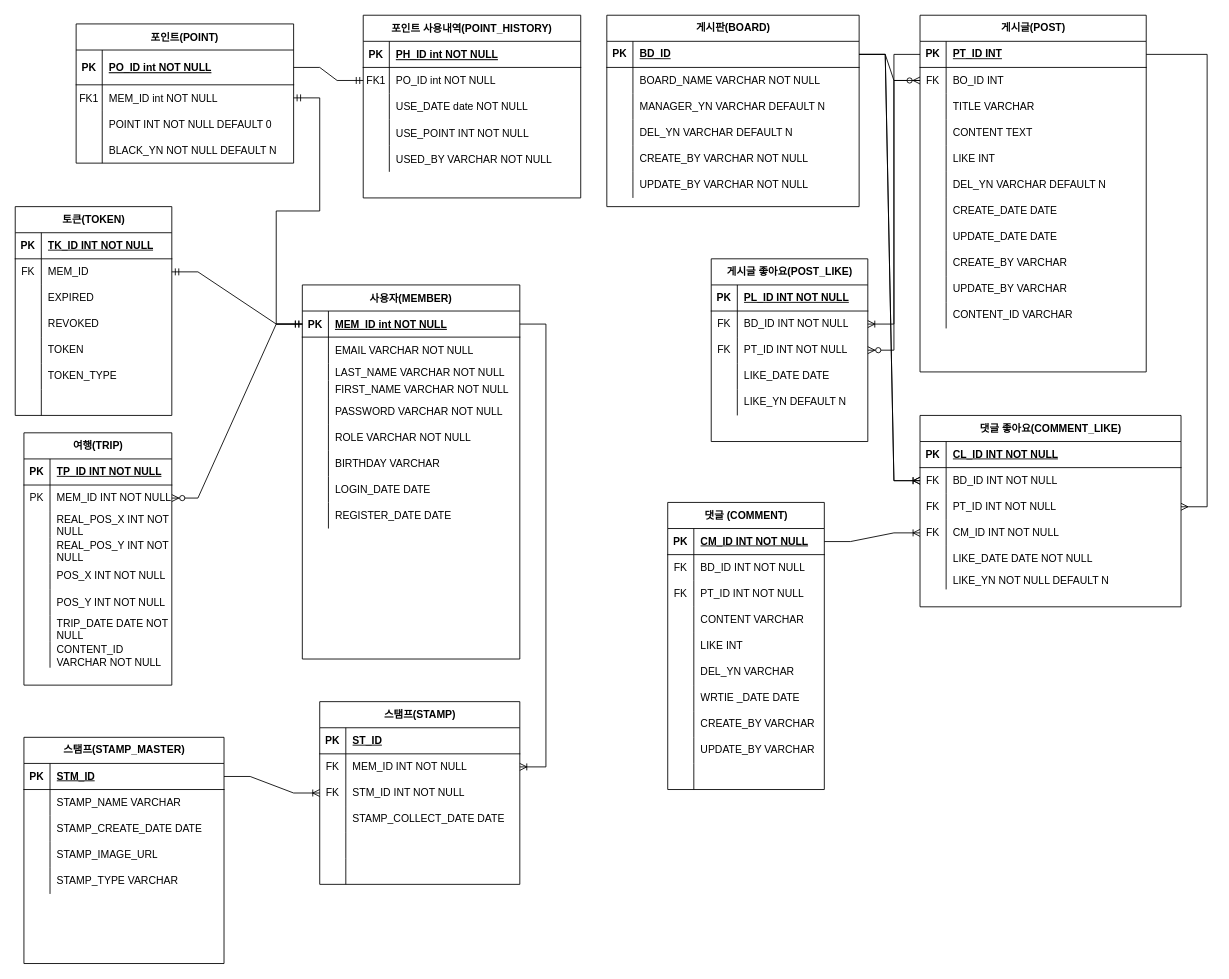
The draw.io diagram docs/나들이_ERD.drawio in DongJu-Na/Nadry, before the edit. Source tidied: cells renumbered, new cells numbered last; positions are measured from the earlier drawing's top-left corner, leaving out a move shared by most shapes. Both pictures are drawn from the tidied source at 87%, with x=0, y=0 at pixel (15, 15).
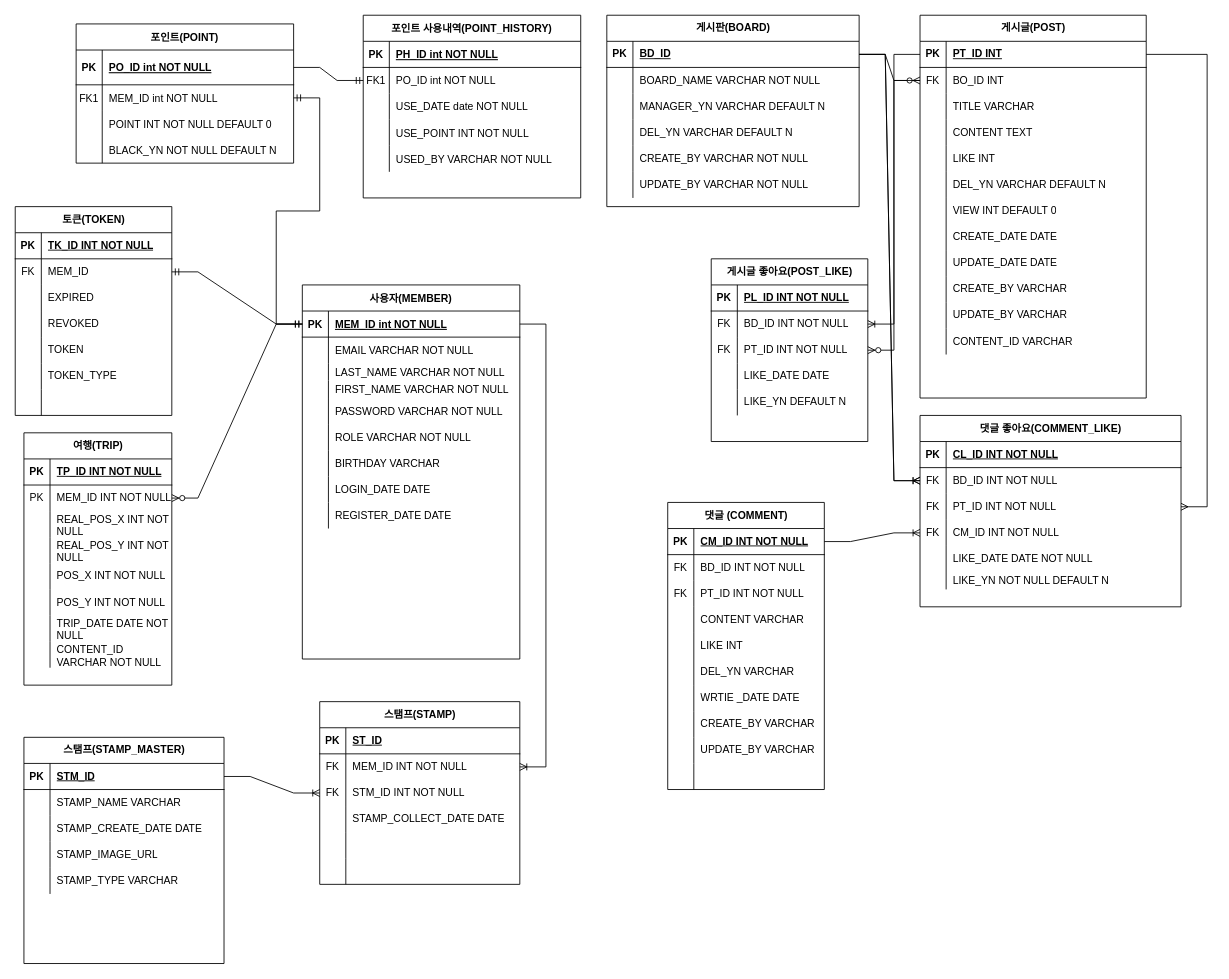
Above is the later version.

Commit message:
docs : post 테이블 조회수 컬럼 누락 수정

What changed in the source:
```diff
@@
     <mxCell id="103" value="게시글(POST)" style="shape=table;startSize=30;childLayout=tableLayout;rowLines=0;fontStyle=1;align=center;html=1;" parent="1" vertex="1">
-      <mxGeometry x="1040" width="260" height="410" as="geometry" />
+      <mxGeometry x="1040" width="260" height="440" as="geometry" />
     </mxCell>
@@
+    <mxCell id="273" style="shape=tableRow;horizontal=0;startSize=0;swimlaneHead=0;swimlaneBody=0;fillColor=none;top=0;left=0;right=0;bottom=0;" parent="103" vertex="1">
+      <mxGeometry y="210" width="260" height="30" as="geometry" />
+    </mxCell>
+    <mxCell id="274" style="shape=partialRectangle;fillColor=none;top=0;left=0;bottom=0;right=0;overflow=hidden;whiteSpace=wrap;html=1;" parent="273" vertex="1">
+      <mxGeometry width="30" height="30" as="geometry" />
+    </mxCell>
+    <mxCell id="275" value="VIEW INT DEFAULT 0" style="shape=partialRectangle;fillColor=none;top=0;left=0;bottom=0;right=0;align=left;spacingLeft=6;overflow=hidden;whiteSpace=wrap;html=1;" parent="273" vertex="1">
+      <mxGeometry x="30" width="230" height="30" as="geometry" />
+    </mxCell>
     <mxCell id="122" style="shape=tableRow;horizontal=0;startSize=0;swimlaneHead=0;swimlaneBody=0;fillColor=none;top=0;left=0;right=0;bottom=0;" parent="103" vertex="1">
-      <mxGeometry y="210" width="260" height="30" as="geometry" />
+      <mxGeometry y="240" width="260" height="30" as="geometry" />
     </mxCell>
@@
     <mxCell id="125" style="shape=tableRow;horizontal=0;startSize=0;swimlaneHead=0;swimlaneBody=0;fillColor=none;top=0;left=0;right=0;bottom=0;" parent="103" vertex="1">
-      <mxGeometry y="240" width="260" height="30" as="geometry" />
+      <mxGeometry y="270" width="260" height="30" as="geometry" />
     </mxCell>
@@
     <mxCell id="128" style="shape=tableRow;horizontal=0;startSize=0;swimlaneHead=0;swimlaneBody=0;fillColor=none;top=0;left=0;right=0;bottom=0;" parent="103" vertex="1">
-      <mxGeometry y="270" width="260" height="30" as="geometry" />
+      <mxGeometry y="300" width="260" height="30" as="geometry" />
     </mxCell>
@@
     <mxCell id="131" style="shape=tableRow;horizontal=0;startSize=0;swimlaneHead=0;swimlaneBody=0;fillColor=none;top=0;left=0;right=0;bottom=0;" parent="103" vertex="1">
-      <mxGeometry y="300" width="260" height="30" as="geometry" />
+      <mxGeometry y="330" width="260" height="30" as="geometry" />
     </mxCell>
@@
     <mxCell id="134" style="shape=tableRow;horizontal=0;startSize=0;swimlaneHead=0;swimlaneBody=0;fillColor=none;top=0;left=0;right=0;bottom=0;" parent="103" vertex="1">
-      <mxGeometry y="330" width="260" height="30" as="geometry" />
+      <mxGeometry y="360" width="260" height="30" as="geometry" />
     </mxCell>
```
